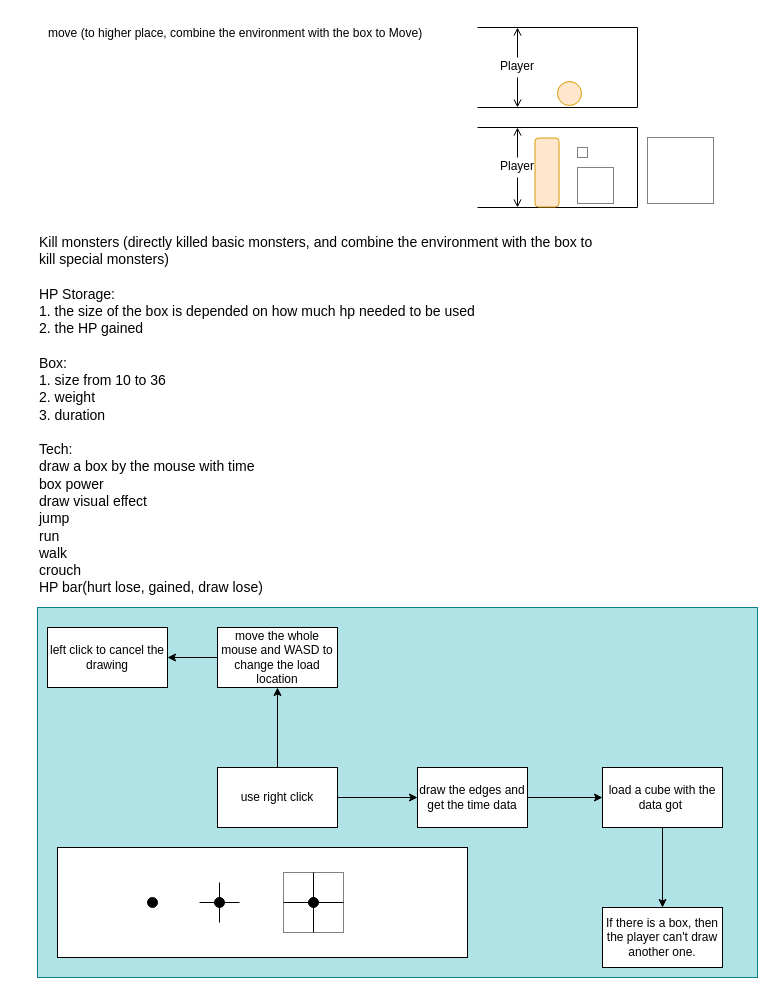
Before: Untitled Diagram.drawio in Yanshang-c/AMD, a draw.io diagram. Source tidied: cells renumbered, new cells numbered last; positions are measured from the earlier drawing's top-left corner, leaving out a move shared by most shapes. Both pictures are drawn from the tidied source at 100%, with x=0, y=0 at pixel (17, 17).
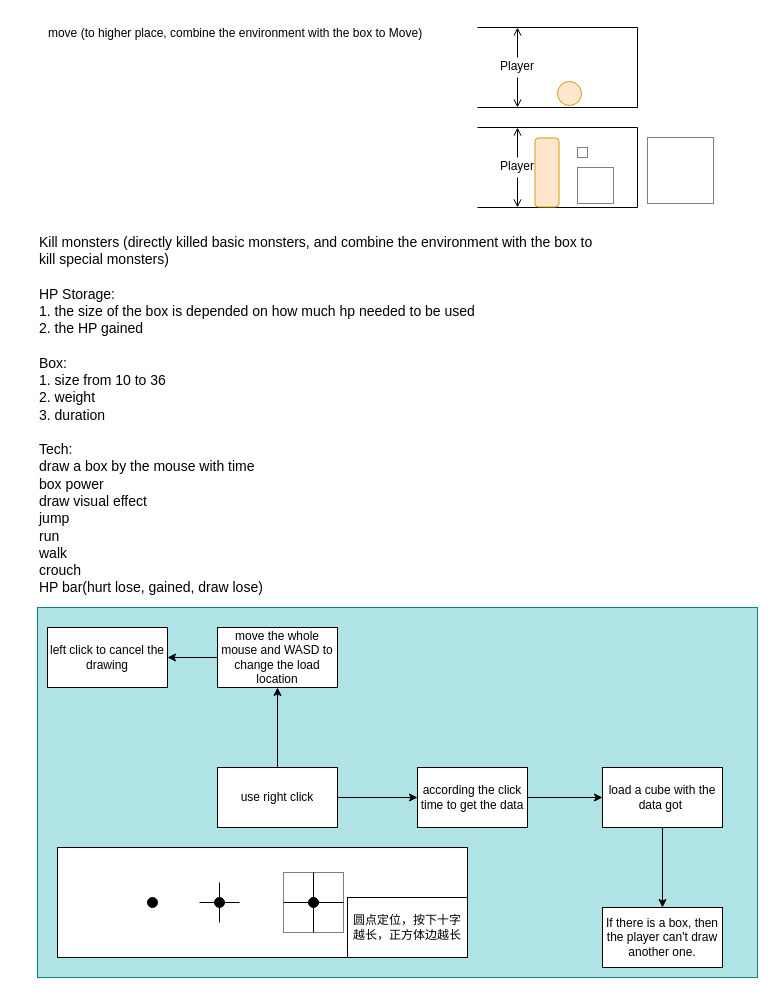
The same page after the edit.

Unchanged cells that the change refers to:
```xml
<mxCell id="21" style="group;" parent="1" vertex="1">
  <mxGeometry x="20" y="590" width="720" height="370" as="geometry" />
</mxCell>
```

Change to the diagram source:
```diff
@@
-    <mxCell id="23" value="draw the edges and get the time data" style="rounded=0;whiteSpace=wrap;html=1;" parent="21" vertex="1">
+    <mxCell id="23" value="according the click time to get the data" style="rounded=0;whiteSpace=wrap;html=1;" parent="21" vertex="1">
       <mxGeometry x="380" y="160" width="110" height="60" as="geometry" />
     </mxCell>
@@
+    <mxCell id="46" value="圆点定位，按下十字越长，正方体边越长" style="rounded=0;whiteSpace=wrap;html=1;" parent="21" vertex="1">
+      <mxGeometry x="310" y="290" width="120" height="60" as="geometry" />
+    </mxCell>
```
